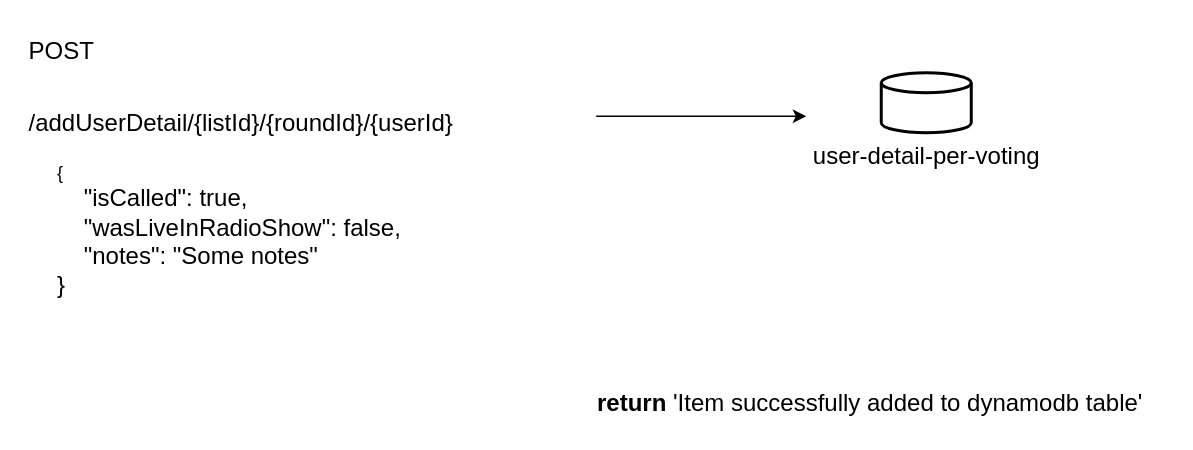
Before: page "/addUserDetail" (3 of 5) of folder/voting.drawio in mata998/drawio, a draw.io diagram. Source tidied: cells renumbered, new cells numbered last; positions are measured from the earlier drawing's top-left corner, leaving out a move shared by most shapes. Both pictures are drawn from the tidied source at 150%, with x=0, y=0 at pixel (26, 26).
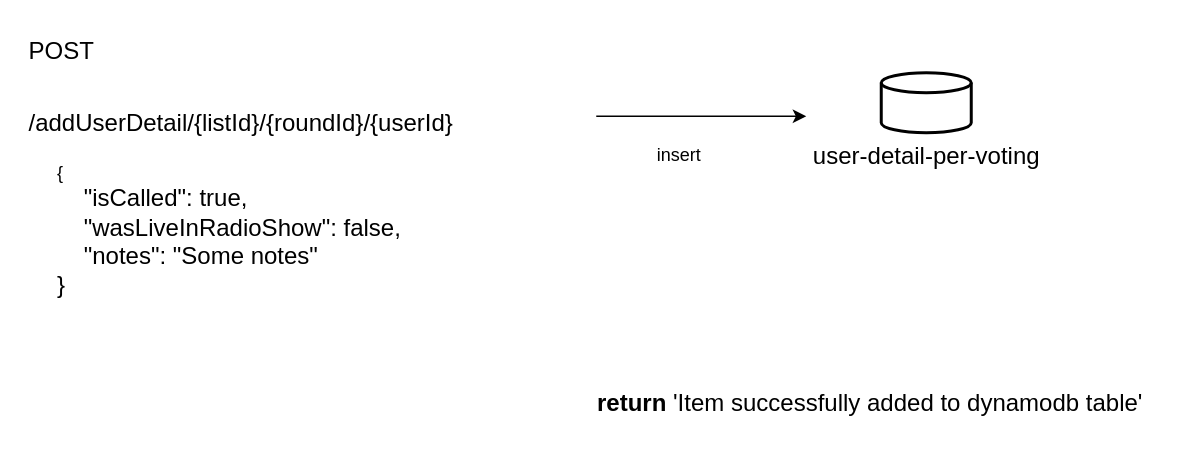
After the change.

The edit, as a diff of the source:
```diff
@@
 <mxGraphModel>
   <root>
     <mxCell id="0" />
     <mxCell id="1" parent="0" />
     <mxCell id="2" value="&lt;font style=&quot;font-size: 16px;&quot;&gt;/addUserDetail/{listId}/{roundId}/{userId}&lt;/font&gt;" style="text;html=1;align=left;verticalAlign=middle;strokeColor=none;fillColor=none;" parent="1" vertex="1">
       <mxGeometry y="48" width="301" height="31" as="geometry" />
     </mxCell>
     <mxCell id="3" style="endArrow=classic;html=1;rounded=0;" parent="1" edge="1">
       <mxGeometry relative="1" as="geometry">
         <mxPoint x="380" y="60" as="sourcePoint" />
         <mxPoint x="520" y="60" as="targetPoint" />
       </mxGeometry>
     </mxCell>
     <mxCell id="4" value="&lt;font style=&quot;font-size: 16px;&quot;&gt;POST&lt;/font&gt;" style="text;html=1;align=left;verticalAlign=middle;strokeColor=none;fillColor=none;" parent="1" vertex="1">
       <mxGeometry width="62" height="31" as="geometry" />
     </mxCell>
     <mxCell id="5" value="&lt;div&gt;{&lt;/div&gt;&lt;div&gt;&lt;span style=&quot;font-size: 16px;&quot;&gt;&amp;nbsp; &amp;nbsp; &quot;isCalled&quot;: true,&lt;/span&gt;&lt;/div&gt;&lt;div&gt;&lt;span style=&quot;font-size: 16px;&quot;&gt;&amp;nbsp; &amp;nbsp; &quot;wasLiveInRadioShow&quot;: false,&lt;/span&gt;&lt;/div&gt;&lt;div&gt;&lt;span style=&quot;font-size: 16px;&quot;&gt;&amp;nbsp; &amp;nbsp; &quot;notes&quot;: &quot;Some notes&quot;&lt;/span&gt;&lt;/div&gt;&lt;div&gt;&lt;span style=&quot;font-size: 16px;&quot;&gt;}&lt;/span&gt;&lt;/div&gt;" style="text;html=1;align=left;verticalAlign=middle;strokeColor=none;fillColor=none;" parent="1" vertex="1">
       <mxGeometry x="19" y="84" width="247" height="103" as="geometry" />
     </mxCell>
     <mxCell id="6" style="group;" parent="1" vertex="1">
       <mxGeometry x="570" y="31" width="115" height="70" as="geometry" />
     </mxCell>
     <mxCell id="7" style="strokeWidth=2;html=1;shape=mxgraph.flowchart.database;whiteSpace=wrap;" parent="6" vertex="1">
       <mxGeometry width="60" height="40" as="geometry" />
     </mxCell>
     <mxCell id="8" value="&lt;font style=&quot;font-size: 16px;&quot;&gt;user-detail-per-voting&lt;/font&gt;" style="text;html=1;align=center;verticalAlign=middle;strokeColor=none;fillColor=none;" parent="6" vertex="1">
       <mxGeometry x="-55" y="40" width="170" height="30" as="geometry" />
     </mxCell>
     <mxCell id="9" value="&lt;div style=&quot;&quot;&gt;&lt;span style=&quot;background-color: initial;&quot;&gt;&lt;font style=&quot;font-size: 16px;&quot;&gt;&lt;b&gt;return &lt;/b&gt;'&lt;/font&gt;&lt;/span&gt;&lt;span style=&quot;background-color: initial;&quot;&gt;&lt;font style=&quot;font-size: 16px;&quot;&gt;Item successfully added to dynamodb table'&lt;/font&gt;&lt;/span&gt;&lt;/div&gt;" style="text;html=1;align=left;verticalAlign=middle;strokeColor=none;fillColor=none;" parent="1" vertex="1">
       <mxGeometry x="379" y="235" width="382" height="31" as="geometry" />
     </mxCell>
+    <mxCell id="10" value="insert" style="text;html=1;align=center;verticalAlign=middle;strokeColor=none;fillColor=none;" parent="1" vertex="1">
+      <mxGeometry x="411" y="73" width="47" height="26" as="geometry" />
+    </mxCell>
   </root>
 </mxGraphModel>
```
